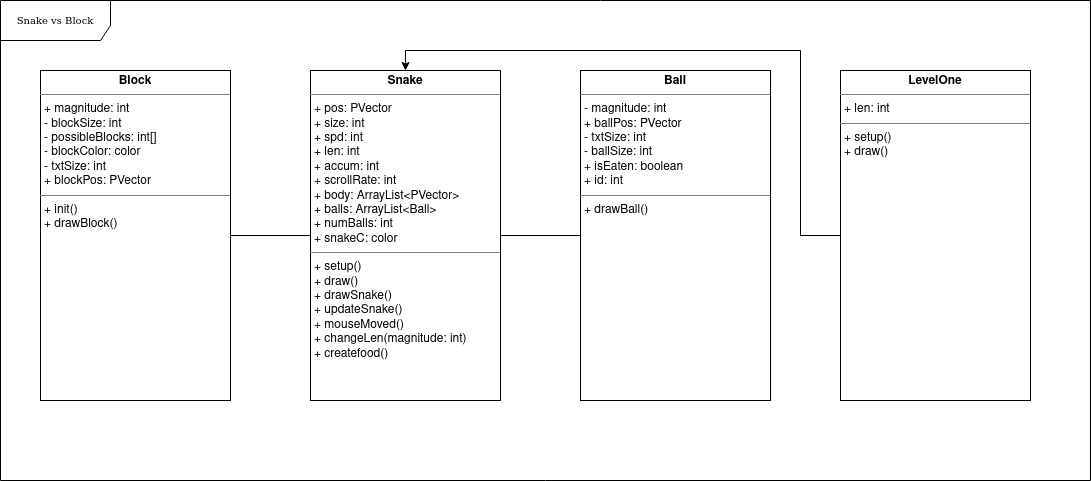
Before: ouruml.png, a diagram exported from draw.io (madeline-lei/final_project). Source tidied: cells renumbered, new cells last; positions are measured from the earlier drawing's top-left corner, leaving out a move shared by most shapes.
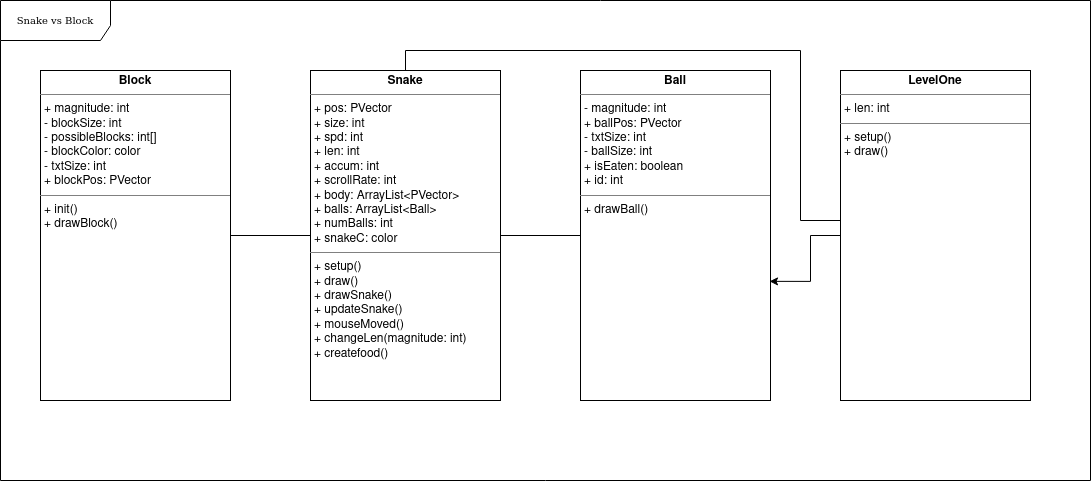
After the change.

Diff of the diagram source:
```diff
@@ -20,15 +20,23 @@
     <mxCell id="7" value="&lt;p style=&quot;margin:0px;margin-top:4px;text-align:center;&quot;&gt;&lt;b&gt;Ball&lt;/b&gt;&lt;/p&gt;&lt;hr size=&quot;1&quot;&gt;&lt;p style=&quot;margin:0px;margin-left:4px;&quot;&gt;- magnitude: int&lt;/p&gt;&lt;p style=&quot;margin:0px;margin-left:4px;&quot;&gt;+ ballPos: PVector&lt;/p&gt;&lt;p style=&quot;margin:0px;margin-left:4px;&quot;&gt;- txtSize: int&lt;/p&gt;&lt;p style=&quot;margin:0px;margin-left:4px;&quot;&gt;- ballSize: int&lt;/p&gt;&lt;p style=&quot;margin:0px;margin-left:4px;&quot;&gt;+ isEaten: boolean&lt;/p&gt;&lt;p style=&quot;margin:0px;margin-left:4px;&quot;&gt;+ id: int&lt;br&gt;&lt;/p&gt;&lt;hr size=&quot;1&quot;&gt;&lt;p style=&quot;margin:0px;margin-left:4px;&quot;&gt;+ drawBall()&lt;br&gt;&lt;/p&gt;" style="verticalAlign=top;align=left;overflow=fill;fontSize=12;fontFamily=Helvetica;html=1;rounded=0;shadow=0;comic=0;labelBackgroundColor=none;strokeWidth=1;" parent="1" vertex="1">
       <mxGeometry x="580" y="70" width="190" height="330" as="geometry" />
     </mxCell>
-    <mxCell id="8" style="edgeStyle=orthogonalEdgeStyle;rounded=0;jettySize=auto;html=1;entryX=0.5;entryY=0;entryDx=0;entryDy=0;" parent="1" edge="1" source="9" target="5">
+    <mxCell id="8" style="edgeStyle=orthogonalEdgeStyle;rounded=0;jettySize=auto;html=1;entryX=0.5;entryY=0;entryDx=0;entryDy=0;endArrow=none;endFill=0;" parent="1" edge="1" source="9" target="5">
       <mxGeometry relative="1" as="geometry">
         <Array as="points">
-          <mxPoint x="800" y="235" />
+          <mxPoint x="800" y="220" />
           <mxPoint x="800" y="50" />
           <mxPoint x="405" y="50" />
         </Array>
       </mxGeometry>
     </mxCell>
+    <mxCell id="10" style="edgeStyle=orthogonalEdgeStyle;rounded=0;jettySize=auto;html=1;entryX=0.995;entryY=0.639;entryDx=0;entryDy=0;entryPerimeter=0;" parent="1" edge="1" source="9" target="7">
+      <mxGeometry relative="1" as="geometry">
+        <Array as="points">
+          <mxPoint x="810" y="235" />
+          <mxPoint x="810" y="281" />
+        </Array>
+      </mxGeometry>
+    </mxCell>
     <mxCell id="9" value="&lt;p style=&quot;margin:0px;margin-top:4px;text-align:center;&quot;&gt;&lt;b&gt;LevelOne&lt;/b&gt;&lt;/p&gt;&lt;hr size=&quot;1&quot;&gt;&lt;p style=&quot;margin:0px;margin-left:4px;&quot;&gt;+ len: int&lt;/p&gt;&lt;hr size=&quot;1&quot;&gt;&lt;p style=&quot;margin:0px;margin-left:4px;&quot;&gt;+ setup()&lt;/p&gt;&lt;p style=&quot;margin:0px;margin-left:4px;&quot;&gt;+ draw()&lt;/p&gt;" style="verticalAlign=top;align=left;overflow=fill;fontSize=12;fontFamily=Helvetica;html=1;rounded=0;shadow=0;comic=0;labelBackgroundColor=none;strokeWidth=1;" parent="1" vertex="1">
       <mxGeometry x="840" y="70" width="190" height="330" as="geometry" />
     </mxCell>
```
